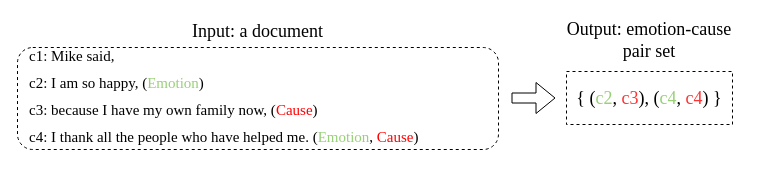
zhoucz97/paper_figure keeps this draw.io diagram as doc_example.drawio. Above is the earlier version. Source tidied: cells renumbered, new cells numbered last; positions are measured from the earlier drawing's top-left corner, leaving out a move shared by most shapes. Both pictures are drawn from the tidied source at 100%, with x=0, y=0 at pixel (17, 17).
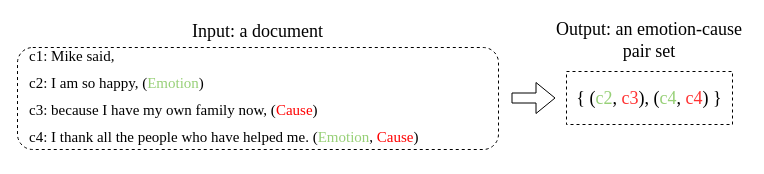
Above is the later version.

What changed in the source:
```diff
@@
 <mxGraphModel>
   <root>
     <mxCell id="0" />
     <mxCell id="1" parent="0" />
     <mxCell id="2" style="rounded=1;whiteSpace=wrap;html=1;dashed=1;strokeWidth=1;perimeterSpacing=1;" parent="1" vertex="1">
       <mxGeometry y="30" width="481" height="102" as="geometry" />
     </mxCell>
     <mxCell id="3" value="&lt;p style=&quot;line-height: 80% ; font-size: 15px&quot;&gt;&lt;font style=&quot;font-size: 15px&quot; face=&quot;Times New Roman&quot;&gt;c1: Mike said,&lt;/font&gt;&lt;/p&gt;&lt;p style=&quot;line-height: 80% ; font-size: 15px&quot;&gt;&lt;font style=&quot;font-size: 15px&quot; face=&quot;Times New Roman&quot;&gt;c2: I am so happy, (&lt;font color=&quot;#97d077&quot;&gt;Emotion&lt;/font&gt;)&lt;/font&gt;&lt;/p&gt;&lt;p style=&quot;line-height: 80% ; font-size: 15px&quot;&gt;&lt;font style=&quot;font-size: 15px&quot; face=&quot;Times New Roman&quot;&gt;c3: because I have my own family now, (&lt;font color=&quot;#ff0000&quot;&gt;Cause&lt;/font&gt;)&lt;/font&gt;&lt;/p&gt;&lt;p style=&quot;line-height: 80% ; font-size: 15px&quot;&gt;&lt;font style=&quot;font-size: 15px&quot; face=&quot;Times New Roman&quot;&gt;c4: I thank all the people who have helped me. (&lt;font color=&quot;#97d077&quot;&gt;Emotion&lt;/font&gt;, &lt;font color=&quot;#ff0000&quot;&gt;Cause&lt;/font&gt;)&lt;/font&gt;&lt;/p&gt;&lt;p&gt;&lt;/p&gt;" style="text;html=1;strokeColor=none;fillColor=none;align=left;verticalAlign=middle;whiteSpace=wrap;rounded=0;strokeWidth=9;perimeterSpacing=1;" parent="1" vertex="1">
       <mxGeometry x="10" y="31" width="473" height="95" as="geometry" />
     </mxCell>
     <mxCell id="4" value="&lt;font style=&quot;font-size: 18px&quot; face=&quot;Times New Roman&quot;&gt;Input: a document&lt;/font&gt;" style="text;html=1;strokeColor=none;fillColor=none;align=center;verticalAlign=middle;whiteSpace=wrap;rounded=0;dashed=1;" parent="1" vertex="1">
       <mxGeometry x="119" width="243" height="28" as="geometry" />
     </mxCell>
-    <mxCell id="5" value="&lt;font style=&quot;font-size: 18px&quot; face=&quot;Times New Roman&quot;&gt;Output:&amp;nbsp;emotion-cause pair set&lt;/font&gt;" style="text;html=1;strokeColor=none;fillColor=none;align=center;verticalAlign=middle;whiteSpace=wrap;rounded=0;dashed=1;" parent="1" vertex="1">
+    <mxCell id="5" value="&lt;font style=&quot;font-size: 18px&quot; face=&quot;Times New Roman&quot;&gt;Output: an emotion-cause pair set&lt;/font&gt;" style="text;html=1;strokeColor=none;fillColor=none;align=center;verticalAlign=middle;whiteSpace=wrap;rounded=0;dashed=1;" parent="1" vertex="1">
       <mxGeometry x="535" y="9" width="194" height="28" as="geometry" />
     </mxCell>
     <mxCell id="6" value="&lt;font style=&quot;font-size: 18px&quot; face=&quot;Times New Roman&quot;&gt;{ (&lt;font color=&quot;#97d077&quot;&gt;c2&lt;/font&gt;, &lt;font color=&quot;#ff3333&quot;&gt;c3&lt;/font&gt;), (&lt;font color=&quot;#97d077&quot;&gt;c4&lt;/font&gt;, &lt;font color=&quot;#ff3333&quot;&gt;c4&lt;/font&gt;) }&lt;/font&gt;" style="rounded=0;whiteSpace=wrap;html=1;dashed=1;strokeWidth=1;" parent="1" vertex="1">
       <mxGeometry x="549" y="54" width="166" height="53" as="geometry" />
     </mxCell>
     <mxCell id="7" style="endArrow=classic;html=1;shape=flexArrow;" parent="1" edge="1">
       <mxGeometry relative="1" as="geometry">
         <mxPoint x="494" y="80.5" as="sourcePoint" />
         <mxPoint x="538" y="80.5" as="targetPoint" />
       </mxGeometry>
     </mxCell>
   </root>
 </mxGraphModel>
```
